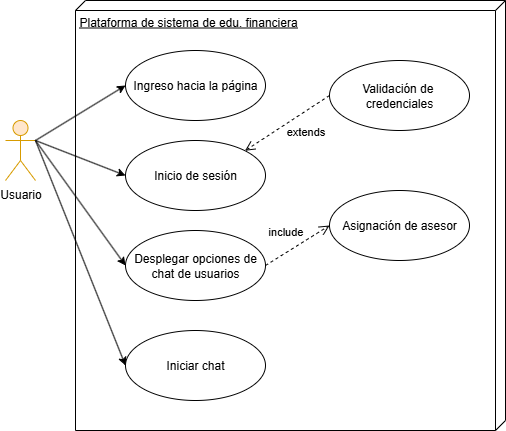
The draw.io diagram Imagenes/CasoUsoRF09.png in DLRin/anteproyecto, before a commit. Source tidied: cells renumbered, new cells last; positions are measured from the earlier drawing's top-left corner, leaving out a move shared by most shapes. Its diagram source:
```xml
<mxGraphModel>
  <root>
    <mxCell id="0" />
    <mxCell id="1" parent="0" />
    <mxCell id="2" value="Usuario" style="shape=umlActor;verticalLabelPosition=bottom;verticalAlign=top;html=1;fillColor=#ffe6cc;strokeColor=#d79b00;" parent="1" vertex="1">
      <mxGeometry y="120" width="30" height="60" as="geometry" />
    </mxCell>
    <mxCell id="3" value="Plataforma de sistema de edu. financiera" style="verticalAlign=top;align=left;spacingTop=8;spacingLeft=2;spacingRight=12;shape=cube;size=10;direction=south;fontStyle=4;html=1;whiteSpace=wrap;" parent="1" vertex="1">
      <mxGeometry x="70" width="430" height="430" as="geometry" />
    </mxCell>
    <mxCell id="4" value="Ingreso hacia la página" style="ellipse;whiteSpace=wrap;html=1;" parent="1" vertex="1">
      <mxGeometry x="120" y="50" width="140" height="70" as="geometry" />
    </mxCell>
    <mxCell id="5" value="Inicio de sesión" style="ellipse;whiteSpace=wrap;html=1;" parent="1" vertex="1">
      <mxGeometry x="120" y="140" width="140" height="70" as="geometry" />
    </mxCell>
    <mxCell id="6" value="Validación de&amp;nbsp; credenciales" style="ellipse;whiteSpace=wrap;html=1;" parent="1" vertex="1">
      <mxGeometry x="324" y="60" width="140" height="70" as="geometry" />
    </mxCell>
    <mxCell id="7" value="extends" style="html=1;verticalAlign=bottom;endArrow=open;dashed=1;endSize=8;curved=0;rounded=0;exitX=0;exitY=0.5;exitDx=0;exitDy=0;entryX=1;entryY=0;entryDx=0;entryDy=0;" parent="1" edge="1" source="6" target="5">
      <mxGeometry x="-0.11" y="25" relative="1" as="geometry">
        <mxPoint y="-1" as="offset" />
      </mxGeometry>
    </mxCell>
    <mxCell id="8" style="rounded=0;jettySize=auto;html=1;exitX=1;exitY=0.3333333333333333;exitDx=0;exitDy=0;exitPerimeter=0;entryX=0;entryY=0.5;entryDx=0;entryDy=0;" parent="1" edge="1" source="2" target="4">
      <mxGeometry relative="1" as="geometry" />
    </mxCell>
    <mxCell id="9" style="rounded=0;jettySize=auto;html=1;entryX=0;entryY=0.5;entryDx=0;entryDy=0;" parent="1" edge="1" target="5">
      <mxGeometry relative="1" as="geometry">
        <mxPoint x="30" y="140" as="sourcePoint" />
      </mxGeometry>
    </mxCell>
    <mxCell id="10" value="Desplegar opciones de chat de usuarios" style="ellipse;whiteSpace=wrap;html=1;" parent="1" vertex="1">
      <mxGeometry x="120" y="230" width="140" height="70" as="geometry" />
    </mxCell>
    <mxCell id="11" style="rounded=0;jettySize=auto;html=1;entryX=0;entryY=0.5;entryDx=0;entryDy=0;exitX=1;exitY=0.3333333333333333;exitDx=0;exitDy=0;exitPerimeter=0;" parent="1" edge="1" source="2" target="10">
      <mxGeometry relative="1" as="geometry" />
    </mxCell>
    <mxCell id="12" value="Iniciar chat" style="ellipse;whiteSpace=wrap;html=1;" parent="1" vertex="1">
      <mxGeometry x="120" y="330" width="140" height="70" as="geometry" />
    </mxCell>
    <mxCell id="13" value="Asignación de asesor" style="ellipse;whiteSpace=wrap;html=1;" parent="1" vertex="1">
      <mxGeometry x="324" y="190" width="140" height="70" as="geometry" />
    </mxCell>
    <mxCell id="14" style="rounded=0;jettySize=auto;html=1;entryX=0;entryY=0.5;entryDx=0;entryDy=0;" parent="1" edge="1" target="12">
      <mxGeometry relative="1" as="geometry">
        <mxPoint x="30" y="140" as="sourcePoint" />
      </mxGeometry>
    </mxCell>
    <mxCell id="15" value="include" style="html=1;verticalAlign=bottom;endArrow=open;dashed=1;endSize=8;curved=0;rounded=0;exitX=1;exitY=0.5;exitDx=0;exitDy=0;entryX=0;entryY=0.5;entryDx=0;entryDy=0;" parent="1" edge="1" source="10" target="13">
      <mxGeometry x="-0.2" y="11" relative="1" as="geometry" />
    </mxCell>
  </root>
</mxGraphModel>
```
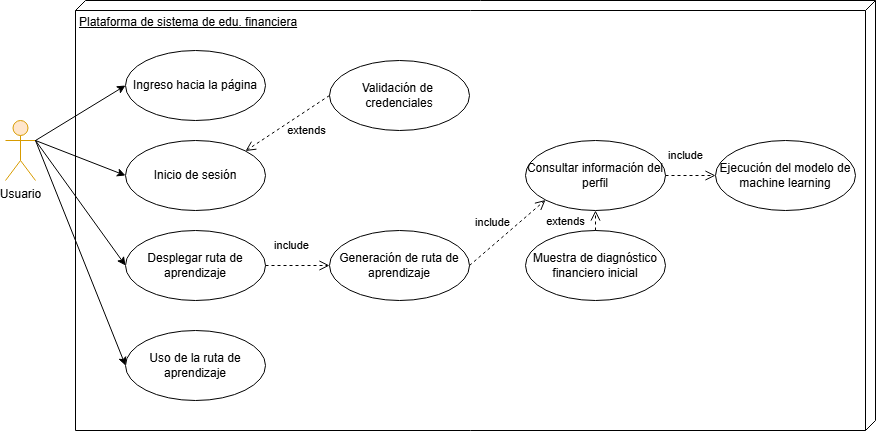
After the change.

Change to the diagram source:
```diff
@@ -1,54 +1,72 @@
 <mxGraphModel>
   <root>
-    <mxCell id="0" />
-    <mxCell id="1" parent="0" />
+    <mxCell id="16" />
+    <mxCell id="17" parent="16" />
-    <mxCell id="2" value="Usuario" style="shape=umlActor;verticalLabelPosition=bottom;verticalAlign=top;html=1;fillColor=#ffe6cc;strokeColor=#d79b00;" parent="1" vertex="1">
+    <mxCell id="2" value="Usuario" style="shape=umlActor;verticalLabelPosition=bottom;verticalAlign=top;html=1;fillColor=#ffe6cc;strokeColor=#d79b00;" parent="17" vertex="1">
       <mxGeometry y="120" width="30" height="60" as="geometry" />
     </mxCell>
-    <mxCell id="3" value="Plataforma de sistema de edu. financiera" style="verticalAlign=top;align=left;spacingTop=8;spacingLeft=2;spacingRight=12;shape=cube;size=10;direction=south;fontStyle=4;html=1;whiteSpace=wrap;" parent="1" vertex="1">
-      <mxGeometry x="70" width="430" height="430" as="geometry" />
+    <mxCell id="3" value="Plataforma de sistema de edu. financiera" style="verticalAlign=top;align=left;spacingTop=8;spacingLeft=2;spacingRight=12;shape=cube;size=10;direction=south;fontStyle=4;html=1;whiteSpace=wrap;" parent="17" vertex="1">
+      <mxGeometry x="70" width="800" height="430" as="geometry" />
     </mxCell>
-    <mxCell id="4" value="Ingreso hacia la página" style="ellipse;whiteSpace=wrap;html=1;" parent="1" vertex="1">
+    <mxCell id="4" value="Ingreso hacia la página" style="ellipse;whiteSpace=wrap;html=1;" parent="17" vertex="1">
       <mxGeometry x="120" y="50" width="140" height="70" as="geometry" />
     </mxCell>
-    <mxCell id="5" value="Inicio de sesión" style="ellipse;whiteSpace=wrap;html=1;" parent="1" vertex="1">
+    <mxCell id="5" value="Inicio de sesión" style="ellipse;whiteSpace=wrap;html=1;" parent="17" vertex="1">
       <mxGeometry x="120" y="140" width="140" height="70" as="geometry" />
     </mxCell>
-    <mxCell id="6" value="Validación de&amp;nbsp; credenciales" style="ellipse;whiteSpace=wrap;html=1;" parent="1" vertex="1">
+    <mxCell id="6" value="Validación de&amp;nbsp; credenciales" style="ellipse;whiteSpace=wrap;html=1;" parent="17" vertex="1">
       <mxGeometry x="324" y="60" width="140" height="70" as="geometry" />
     </mxCell>
-    <mxCell id="7" value="extends" style="html=1;verticalAlign=bottom;endArrow=open;dashed=1;endSize=8;curved=0;rounded=0;exitX=0;exitY=0.5;exitDx=0;exitDy=0;entryX=1;entryY=0;entryDx=0;entryDy=0;" parent="1" edge="1" source="6" target="5">
+    <mxCell id="7" value="extends" style="html=1;verticalAlign=bottom;endArrow=open;dashed=1;endSize=8;curved=0;rounded=0;exitX=0;exitY=0.5;exitDx=0;exitDy=0;entryX=1;entryY=0;entryDx=0;entryDy=0;" parent="17" edge="1" source="6" target="5">
       <mxGeometry x="-0.11" y="25" relative="1" as="geometry">
         <mxPoint y="-1" as="offset" />
       </mxGeometry>
     </mxCell>
-    <mxCell id="8" style="rounded=0;jettySize=auto;html=1;exitX=1;exitY=0.3333333333333333;exitDx=0;exitDy=0;exitPerimeter=0;entryX=0;entryY=0.5;entryDx=0;entryDy=0;" parent="1" edge="1" source="2" target="4">
+    <mxCell id="8" style="rounded=0;jettySize=auto;html=1;exitX=1;exitY=0.3333333333333333;exitDx=0;exitDy=0;exitPerimeter=0;entryX=0;entryY=0.5;entryDx=0;entryDy=0;" parent="17" edge="1" source="2" target="4">
       <mxGeometry relative="1" as="geometry" />
     </mxCell>
-    <mxCell id="9" style="rounded=0;jettySize=auto;html=1;entryX=0;entryY=0.5;entryDx=0;entryDy=0;" parent="1" edge="1" target="5">
-      <mxGeometry relative="1" as="geometry">
-        <mxPoint x="30" y="140" as="sourcePoint" />
-      </mxGeometry>
-    </mxCell>
-    <mxCell id="10" value="Desplegar opciones de chat de usuarios" style="ellipse;whiteSpace=wrap;html=1;" parent="1" vertex="1">
-      <mxGeometry x="120" y="230" width="140" height="70" as="geometry" />
-    </mxCell>
-    <mxCell id="11" style="rounded=0;jettySize=auto;html=1;entryX=0;entryY=0.5;entryDx=0;entryDy=0;exitX=1;exitY=0.3333333333333333;exitDx=0;exitDy=0;exitPerimeter=0;" parent="1" edge="1" source="2" target="10">
-      <mxGeometry relative="1" as="geometry" />
-    </mxCell>
-    <mxCell id="12" value="Iniciar chat" style="ellipse;whiteSpace=wrap;html=1;" parent="1" vertex="1">
-      <mxGeometry x="120" y="330" width="140" height="70" as="geometry" />
-    </mxCell>
-    <mxCell id="13" value="Asignación de asesor" style="ellipse;whiteSpace=wrap;html=1;" parent="1" vertex="1">
-      <mxGeometry x="324" y="190" width="140" height="70" as="geometry" />
-    </mxCell>
-    <mxCell id="14" style="rounded=0;jettySize=auto;html=1;entryX=0;entryY=0.5;entryDx=0;entryDy=0;" parent="1" edge="1" target="12">
-      <mxGeometry relative="1" as="geometry">
-        <mxPoint x="30" y="140" as="sourcePoint" />
-      </mxGeometry>
-    </mxCell>
-    <mxCell id="15" value="include" style="html=1;verticalAlign=bottom;endArrow=open;dashed=1;endSize=8;curved=0;rounded=0;exitX=1;exitY=0.5;exitDx=0;exitDy=0;entryX=0;entryY=0.5;entryDx=0;entryDy=0;" parent="1" edge="1" source="10" target="13">
-      <mxGeometry x="-0.2" y="11" relative="1" as="geometry" />
-    </mxCell>
+    <mxCell id="18" style="rounded=0;jettySize=auto;html=1;entryX=0;entryY=0.5;entryDx=0;entryDy=0;" parent="17" edge="1" target="5">
+      <mxGeometry relative="1" as="geometry">
+        <mxPoint x="30" y="140" as="sourcePoint" />
+      </mxGeometry>
+    </mxCell>
+    <mxCell id="19" value="Desplegar ruta de aprendizaje" style="ellipse;whiteSpace=wrap;html=1;" parent="17" vertex="1">
+      <mxGeometry x="120" y="230" width="140" height="70" as="geometry" />
+    </mxCell>
+    <mxCell id="20" style="rounded=0;jettySize=auto;html=1;entryX=0;entryY=0.5;entryDx=0;entryDy=0;exitX=1;exitY=0.3333333333333333;exitDx=0;exitDy=0;exitPerimeter=0;" parent="17" edge="1" source="2" target="19">
+      <mxGeometry relative="1" as="geometry" />
+    </mxCell>
+    <mxCell id="21" value="Uso de la ruta de aprendizaje" style="ellipse;whiteSpace=wrap;html=1;" parent="17" vertex="1">
+      <mxGeometry x="120" y="330" width="140" height="70" as="geometry" />
+    </mxCell>
+    <mxCell id="22" value="Generación de ruta de aprendizaje" style="ellipse;whiteSpace=wrap;html=1;" parent="17" vertex="1">
+      <mxGeometry x="324" y="230" width="140" height="70" as="geometry" />
+    </mxCell>
+    <mxCell id="23" style="rounded=0;jettySize=auto;html=1;entryX=0;entryY=0.5;entryDx=0;entryDy=0;" parent="17" edge="1" target="21">
+      <mxGeometry relative="1" as="geometry">
+        <mxPoint x="30" y="140" as="sourcePoint" />
+      </mxGeometry>
+    </mxCell>
+    <mxCell id="24" value="include" style="html=1;verticalAlign=bottom;endArrow=open;dashed=1;endSize=8;curved=0;rounded=0;exitX=1;exitY=0.5;exitDx=0;exitDy=0;entryX=0;entryY=0.5;entryDx=0;entryDy=0;" parent="17" edge="1" source="19" target="22">
+      <mxGeometry x="-0.2" y="11" relative="1" as="geometry" />
+    </mxCell>
+    <mxCell id="25" value="Consultar información del perfil" style="ellipse;whiteSpace=wrap;html=1;" parent="17" vertex="1">
+      <mxGeometry x="520" y="140" width="140" height="70" as="geometry" />
+    </mxCell>
+    <mxCell id="26" value="Ejecución del modelo de machine learning" style="ellipse;whiteSpace=wrap;html=1;" parent="17" vertex="1">
+      <mxGeometry x="710" y="140" width="140" height="70" as="geometry" />
+    </mxCell>
+    <mxCell id="27" value="Muestra de diagnóstico financiero inicial" style="ellipse;whiteSpace=wrap;html=1;" parent="17" vertex="1">
+      <mxGeometry x="520" y="230" width="140" height="70" as="geometry" />
+    </mxCell>
+    <mxCell id="28" value="include" style="html=1;verticalAlign=bottom;endArrow=open;dashed=1;endSize=8;curved=0;rounded=0;exitX=1;exitY=0.5;exitDx=0;exitDy=0;entryX=0;entryY=1;entryDx=0;entryDy=0;" parent="17" edge="1" source="22" target="25">
+      <mxGeometry x="-0.2" y="11" relative="1" as="geometry" />
+    </mxCell>
+    <mxCell id="29" value="include" style="html=1;verticalAlign=bottom;endArrow=open;dashed=1;endSize=8;curved=0;rounded=0;exitX=1;exitY=0.5;exitDx=0;exitDy=0;entryX=0;entryY=0.5;entryDx=0;entryDy=0;" parent="17" edge="1" source="25" target="26">
+      <mxGeometry x="-0.2" y="11" relative="1" as="geometry" />
+    </mxCell>
+    <mxCell id="30" value="extends" style="html=1;verticalAlign=bottom;endArrow=open;dashed=1;endSize=8;curved=0;rounded=0;exitX=0.5;exitY=0;exitDx=0;exitDy=0;entryX=0.5;entryY=1;entryDx=0;entryDy=0;" parent="17" edge="1" source="27" target="25">
+      <mxGeometry x="-1" y="30" relative="1" as="geometry" />
+    </mxCell>
   </root>
 </mxGraphModel>
```
